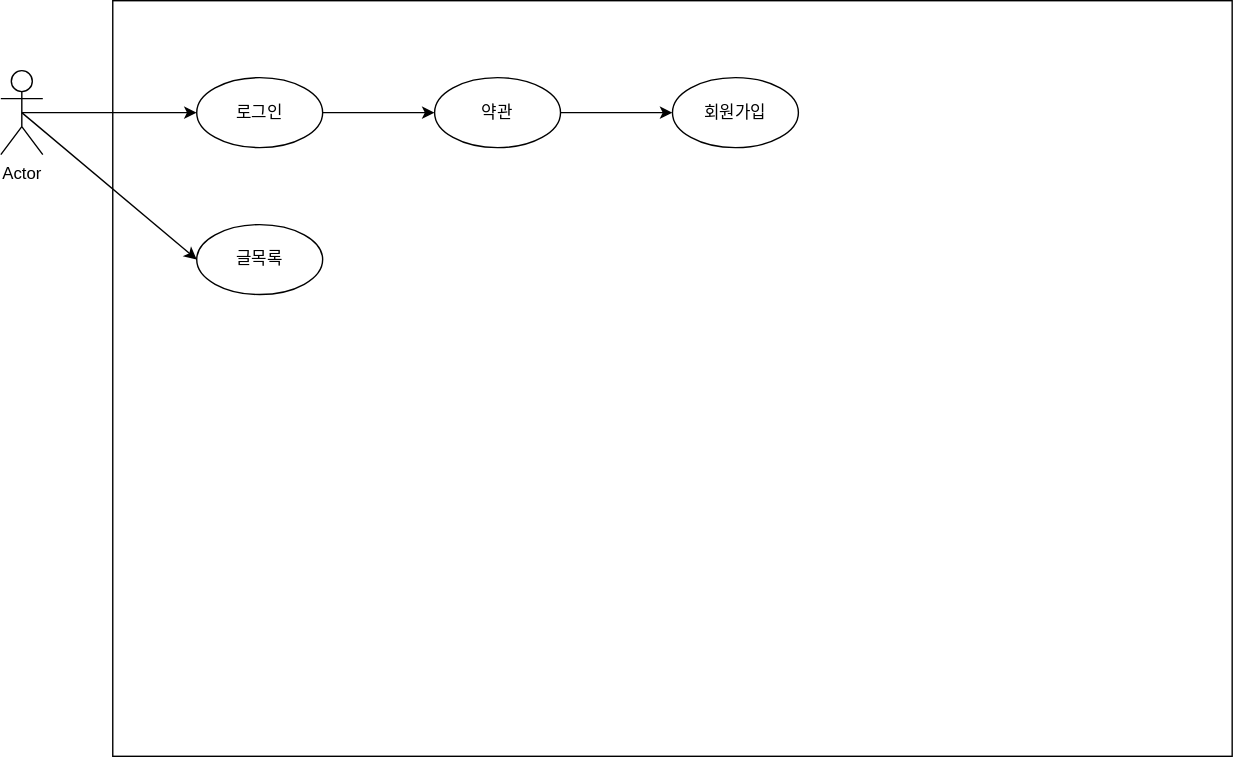
Before: JBoard1/게시판 서비스.drawio.svg, a diagram exported from draw.io (yndgow/JSP). Source tidied: cells renumbered, new cells last; positions are measured from the earlier drawing's top-left corner, leaving out a move shared by most shapes.
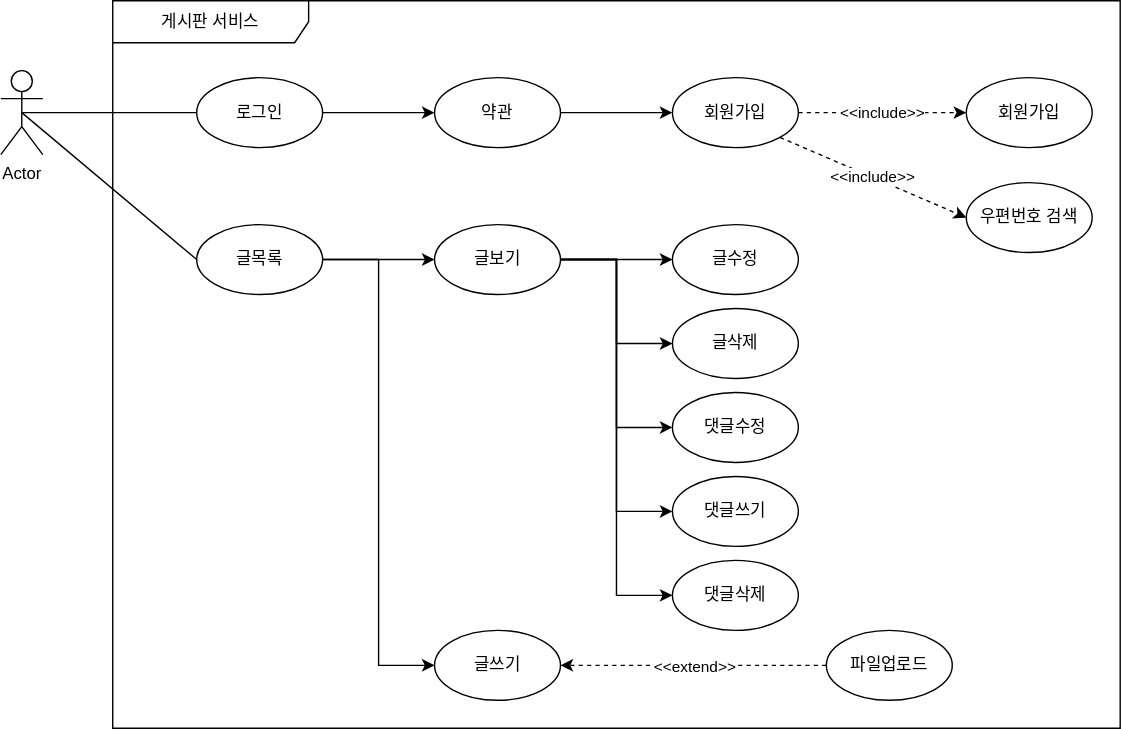
Later version of the same file.

Commit message:
게시판 서비스.drawio.svg 업데이트

Change to the diagram source:
```diff
@@ -2,24 +2,27 @@
   <root>
     <mxCell id="0" />
     <mxCell id="1" parent="0" />
-    <mxCell id="2" style="rounded=0;jettySize=auto;html=1;exitX=0.5;exitY=0.5;exitDx=0;exitDy=0;exitPerimeter=0;entryX=0;entryY=0.5;entryDx=0;entryDy=0;strokeColor=default;" parent="1" edge="1" source="4" target="7">
+    <mxCell id="2" style="rounded=0;jettySize=auto;html=1;exitX=0.5;exitY=0.5;exitDx=0;exitDy=0;exitPerimeter=0;entryX=0;entryY=0.5;entryDx=0;entryDy=0;strokeColor=default;strokeWidth=1;startArrow=none;startFill=0;endArrow=none;endFill=0;" parent="1" edge="1" source="4" target="7">
       <mxGeometry relative="1" as="geometry" />
     </mxCell>
-    <mxCell id="3" style="jettySize=auto;html=1;exitX=0.5;exitY=0.5;exitDx=0;exitDy=0;exitPerimeter=0;entryX=0;entryY=0.5;entryDx=0;entryDy=0;rounded=0;" parent="1" edge="1" source="4" target="8">
+    <mxCell id="3" style="jettySize=auto;html=1;exitX=0.5;exitY=0.5;exitDx=0;exitDy=0;exitPerimeter=0;entryX=0;entryY=0.5;entryDx=0;entryDy=0;rounded=0;endArrow=none;endFill=0;" parent="1" edge="1" source="4" target="8">
       <mxGeometry relative="1" as="geometry" />
     </mxCell>
     <mxCell id="4" value="Actor" style="shape=umlActor;verticalLabelPosition=bottom;verticalAlign=top;html=1;outlineConnect=0;" parent="1" vertex="1">
       <mxGeometry y="50" width="30" height="60" as="geometry" />
     </mxCell>
-    <mxCell id="5" style="rounded=0;whiteSpace=wrap;html=1;fillColor=none;" parent="1" vertex="1">
-      <mxGeometry x="80" width="800" height="540" as="geometry" />
-    </mxCell>
     <mxCell id="6" style="edgeStyle=none;rounded=0;jettySize=auto;html=1;exitX=1;exitY=0.5;exitDx=0;exitDy=0;entryX=0;entryY=0.5;entryDx=0;entryDy=0;strokeColor=default;" parent="1" edge="1" source="7" target="10">
       <mxGeometry relative="1" as="geometry" />
     </mxCell>
     <mxCell id="7" value="로그인" style="ellipse;whiteSpace=wrap;html=1;fillColor=none;" parent="1" vertex="1">
       <mxGeometry x="140" y="55" width="90" height="50" as="geometry" />
     </mxCell>
+    <mxCell id="12" style="edgeStyle=none;rounded=0;jettySize=auto;html=1;exitX=1;exitY=0.5;exitDx=0;exitDy=0;entryX=0;entryY=0.5;entryDx=0;entryDy=0;strokeColor=default;strokeWidth=1;startArrow=none;startFill=0;endArrow=classic;endFill=1;" parent="1" edge="1" source="8" target="23">
+      <mxGeometry relative="1" as="geometry" />
+    </mxCell>
+    <mxCell id="13" style="edgeStyle=orthogonalEdgeStyle;rounded=0;jettySize=auto;html=1;exitX=1;exitY=0.5;exitDx=0;exitDy=0;entryX=0;entryY=0.5;entryDx=0;entryDy=0;strokeColor=default;strokeWidth=1;startArrow=none;startFill=0;endArrow=classic;endFill=1;" parent="1" edge="1" source="8" target="24">
+      <mxGeometry relative="1" as="geometry" />
+    </mxCell>
     <mxCell id="8" value="글목록" style="ellipse;whiteSpace=wrap;html=1;fillColor=none;" parent="1" vertex="1">
       <mxGeometry x="140" y="160" width="90" height="50" as="geometry" />
     </mxCell>
@@ -29,8 +32,68 @@
     <mxCell id="10" value="약관" style="ellipse;whiteSpace=wrap;html=1;fillColor=none;" parent="1" vertex="1">
       <mxGeometry x="310" y="55" width="90" height="50" as="geometry" />
     </mxCell>
+    <mxCell id="14" value="&amp;lt;&amp;lt;include&amp;gt;&amp;gt;" style="edgeStyle=none;rounded=0;jettySize=auto;html=1;exitX=1;exitY=0.5;exitDx=0;exitDy=0;strokeColor=default;strokeWidth=1;startArrow=none;startFill=0;endArrow=classic;endFill=1;dashed=1;" parent="1" edge="1" source="11" target="16">
+      <mxGeometry relative="1" as="geometry" />
+    </mxCell>
+    <mxCell id="15" value="&amp;lt;&amp;lt;include&amp;gt;&amp;gt;" style="edgeStyle=none;rounded=0;jettySize=auto;html=1;exitX=1;exitY=1;exitDx=0;exitDy=0;entryX=0;entryY=0.5;entryDx=0;entryDy=0;dashed=1;strokeColor=default;strokeWidth=1;startArrow=none;startFill=0;endArrow=classic;endFill=1;" parent="1" edge="1" source="11" target="17">
+      <mxGeometry relative="1" as="geometry" />
+    </mxCell>
     <mxCell id="11" value="회원가입" style="ellipse;whiteSpace=wrap;html=1;fillColor=none;" parent="1" vertex="1">
       <mxGeometry x="480" y="55" width="90" height="50" as="geometry" />
     </mxCell>
+    <mxCell id="16" value="회원가입" style="ellipse;whiteSpace=wrap;html=1;fillColor=none;" parent="1" vertex="1">
+      <mxGeometry x="690" y="55" width="90" height="50" as="geometry" />
+    </mxCell>
+    <mxCell id="17" value="우편번호 검색" style="ellipse;whiteSpace=wrap;html=1;fillColor=none;" parent="1" vertex="1">
+      <mxGeometry x="690" y="130" width="90" height="50" as="geometry" />
+    </mxCell>
+    <mxCell id="18" style="edgeStyle=orthogonalEdgeStyle;rounded=0;jettySize=auto;html=1;exitX=1;exitY=0.5;exitDx=0;exitDy=0;entryX=0;entryY=0.5;entryDx=0;entryDy=0;strokeColor=default;strokeWidth=1;startArrow=none;startFill=0;endArrow=classic;endFill=1;" parent="1" edge="1" source="23" target="25">
+      <mxGeometry relative="1" as="geometry" />
+    </mxCell>
+    <mxCell id="19" style="edgeStyle=orthogonalEdgeStyle;rounded=0;jettySize=auto;html=1;exitX=1;exitY=0.5;exitDx=0;exitDy=0;entryX=0;entryY=0.5;entryDx=0;entryDy=0;strokeColor=default;strokeWidth=1;startArrow=none;startFill=0;endArrow=classic;endFill=1;" parent="1" edge="1" source="23" target="26">
+      <mxGeometry relative="1" as="geometry" />
+    </mxCell>
+    <mxCell id="20" style="edgeStyle=orthogonalEdgeStyle;rounded=0;jettySize=auto;html=1;exitX=1;exitY=0.5;exitDx=0;exitDy=0;entryX=0;entryY=0.5;entryDx=0;entryDy=0;strokeColor=default;strokeWidth=1;startArrow=none;startFill=0;endArrow=classic;endFill=1;" parent="1" edge="1" source="23" target="27">
+      <mxGeometry relative="1" as="geometry" />
+    </mxCell>
+    <mxCell id="21" style="edgeStyle=orthogonalEdgeStyle;rounded=0;jettySize=auto;html=1;exitX=1;exitY=0.5;exitDx=0;exitDy=0;entryX=0;entryY=0.5;entryDx=0;entryDy=0;strokeColor=default;strokeWidth=1;startArrow=none;startFill=0;endArrow=classic;endFill=1;" parent="1" edge="1" source="23" target="28">
+      <mxGeometry relative="1" as="geometry" />
+    </mxCell>
+    <mxCell id="22" style="edgeStyle=orthogonalEdgeStyle;rounded=0;jettySize=auto;html=1;exitX=1;exitY=0.5;exitDx=0;exitDy=0;entryX=0;entryY=0.5;entryDx=0;entryDy=0;strokeColor=default;strokeWidth=1;startArrow=none;startFill=0;endArrow=classic;endFill=1;" parent="1" edge="1" source="23" target="29">
+      <mxGeometry relative="1" as="geometry" />
+    </mxCell>
+    <mxCell id="23" value="글보기" style="ellipse;whiteSpace=wrap;html=1;fillColor=none;" parent="1" vertex="1">
+      <mxGeometry x="310" y="160" width="90" height="50" as="geometry" />
+    </mxCell>
+    <mxCell id="24" value="글쓰기" style="ellipse;whiteSpace=wrap;html=1;fillColor=none;" parent="1" vertex="1">
+      <mxGeometry x="310" y="450" width="90" height="50" as="geometry" />
+    </mxCell>
+    <mxCell id="25" value="글수정" style="ellipse;whiteSpace=wrap;html=1;fillColor=none;" parent="1" vertex="1">
+      <mxGeometry x="480" y="160" width="90" height="50" as="geometry" />
+    </mxCell>
+    <mxCell id="26" value="글삭제" style="ellipse;whiteSpace=wrap;html=1;fillColor=none;" parent="1" vertex="1">
+      <mxGeometry x="480" y="220" width="90" height="50" as="geometry" />
+    </mxCell>
+    <mxCell id="27" value="댓글수정" style="ellipse;whiteSpace=wrap;html=1;fillColor=none;" parent="1" vertex="1">
+      <mxGeometry x="480" y="280" width="90" height="50" as="geometry" />
+    </mxCell>
+    <mxCell id="28" value="댓글쓰기" style="ellipse;whiteSpace=wrap;html=1;fillColor=none;" parent="1" vertex="1">
+      <mxGeometry x="480" y="340" width="90" height="50" as="geometry" />
+    </mxCell>
+    <mxCell id="29" value="댓글삭제" style="ellipse;whiteSpace=wrap;html=1;fillColor=none;" parent="1" vertex="1">
+      <mxGeometry x="480" y="400" width="90" height="50" as="geometry" />
+    </mxCell>
+    <mxCell id="30" value="파일업로드" style="ellipse;whiteSpace=wrap;html=1;fillColor=none;" parent="1" vertex="1">
+      <mxGeometry x="590" y="450" width="90" height="50" as="geometry" />
+    </mxCell>
+    <mxCell id="31" style="endArrow=classic;html=1;rounded=0;strokeColor=default;strokeWidth=1;exitX=0;exitY=0.5;exitDx=0;exitDy=0;entryX=1;entryY=0.5;entryDx=0;entryDy=0;dashed=1;" parent="1" edge="1" source="30" target="24">
+      <mxGeometry relative="1" as="geometry" />
+    </mxCell>
+    <mxCell id="32" value="&amp;lt;&amp;lt;extend&amp;gt;&amp;gt;" style="edgeLabel;html=1;align=center;verticalAlign=middle;fillColor=none;" parent="31" vertex="1">
+      <mxGeometry relative="1" as="geometry" />
+    </mxCell>
+    <mxCell id="33" value="게시판 서비스" style="shape=umlFrame;whiteSpace=wrap;html=1;fillColor=none;width=140;height=30;" parent="1" vertex="1">
+      <mxGeometry x="80" width="720" height="520" as="geometry" />
+    </mxCell>
   </root>
 </mxGraphModel>
```
